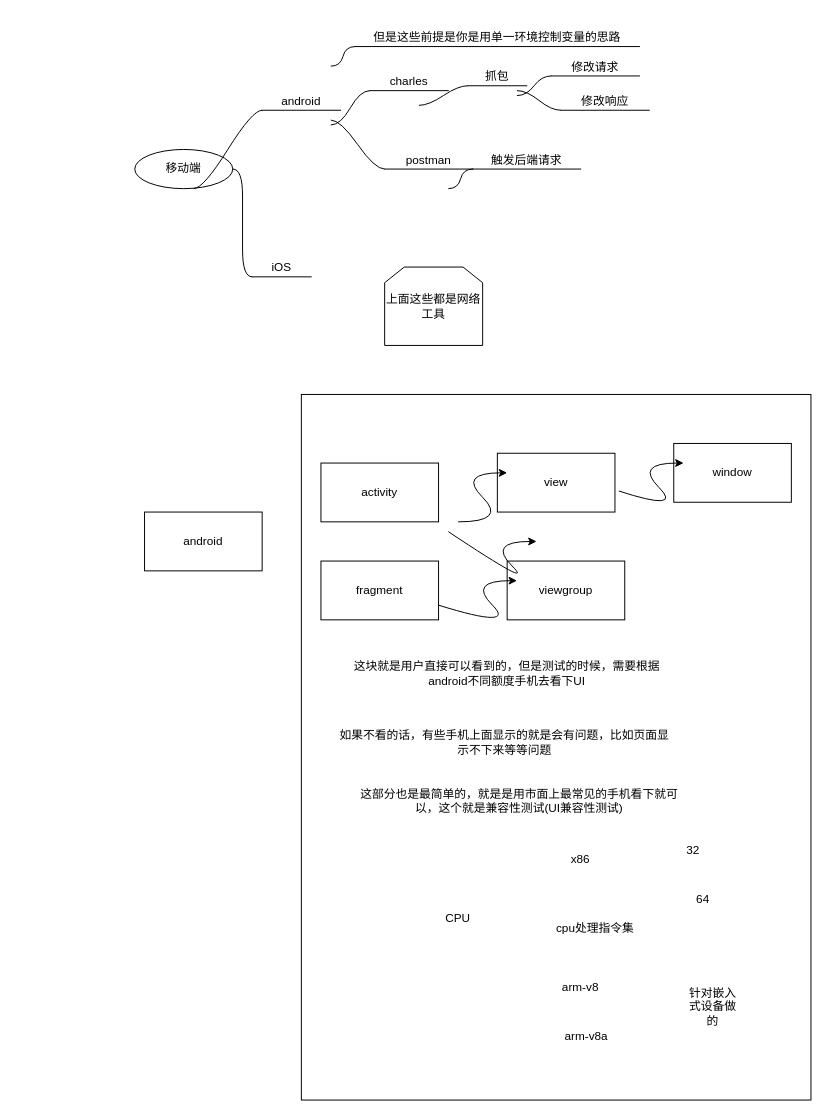
Above: 未命名绘图.drawio in meilingmeaning/Android (draw.io), before the change. Source tidied: cells renumbered, new cells numbered last; positions are measured from the earlier drawing's top-left corner, leaving out a move shared by most shapes. Both pictures are drawn from the tidied source at 98%, with x=0, y=0 at pixel (134, 17).
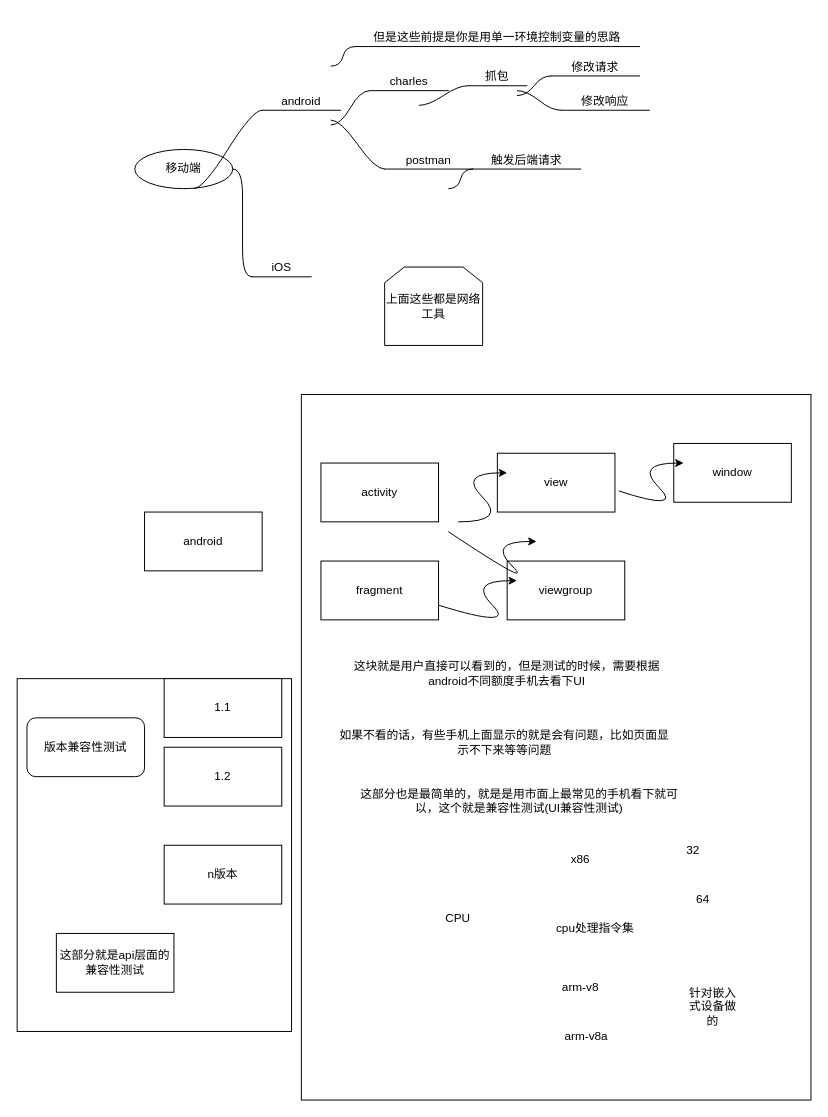
Above is the later version.

Commit message (it also covers changes not shown here):
更新未命名绘图.drawio

What changed in the source:
```diff
@@
+    <mxCell id="44" style="rounded=0;whiteSpace=wrap;html=1;" parent="1" vertex="1">
+      <mxGeometry x="-120" y="675" width="280" height="360" as="geometry" />
+    </mxCell>
@@
+    <mxCell id="45" value="版本兼容性测试" style="rounded=1;whiteSpace=wrap;html=1;" parent="1" vertex="1">
+      <mxGeometry x="-110" y="715" width="120" height="60" as="geometry" />
+    </mxCell>
+    <mxCell id="46" value="1.1" style="rounded=0;whiteSpace=wrap;html=1;" parent="1" vertex="1">
+      <mxGeometry x="30" y="675" width="120" height="60" as="geometry" />
+    </mxCell>
+    <mxCell id="47" value="1.2" style="rounded=0;whiteSpace=wrap;html=1;" parent="1" vertex="1">
+      <mxGeometry x="30" y="745" width="120" height="60" as="geometry" />
+    </mxCell>
+    <mxCell id="48" value="n版本" style="rounded=0;whiteSpace=wrap;html=1;" parent="1" vertex="1">
+      <mxGeometry x="30" y="845" width="120" height="60" as="geometry" />
+    </mxCell>
+    <mxCell id="49" value="这部分就是api层面的兼容性测试" style="rounded=0;whiteSpace=wrap;html=1;" parent="1" vertex="1">
+      <mxGeometry x="-80" y="935" width="120" height="60" as="geometry" />
+    </mxCell>
```
